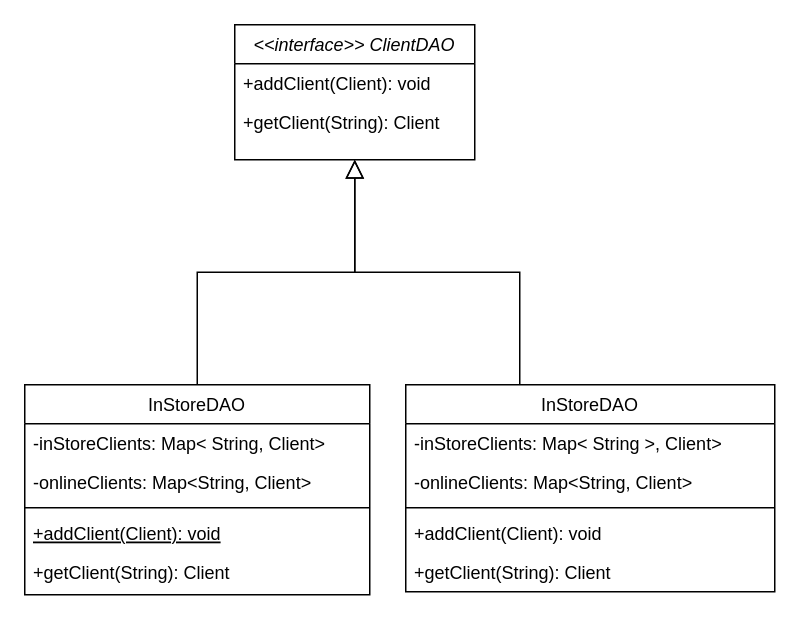
perazaharmonics/Java-OOD keeps this draw.io diagram as Client_DAO_Class_Diagram.drawio. Above is the earlier version. Source tidied: cells renumbered, new cells numbered last; positions are measured from the earlier drawing's top-left corner, leaving out a move shared by most shapes. Both pictures are drawn from the tidied source at 150%, with x=0, y=0 at pixel (24, 24).
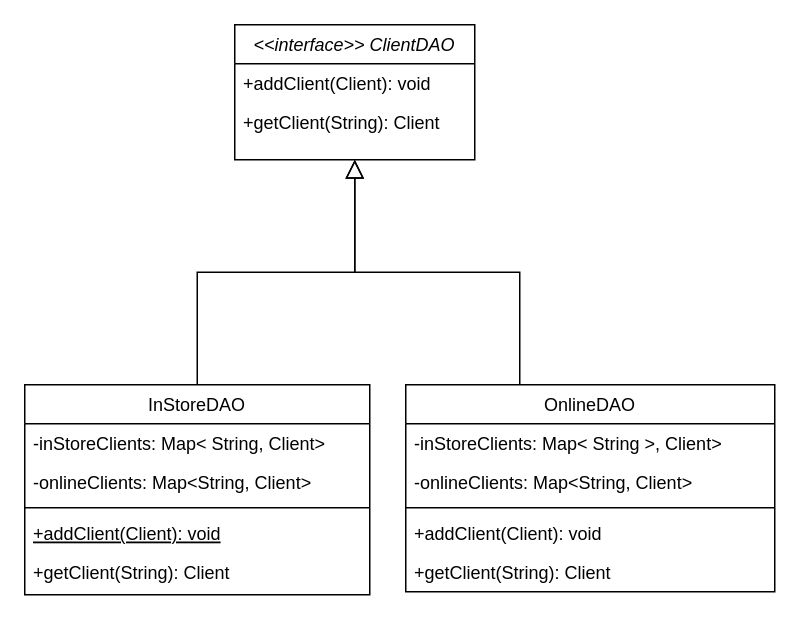
After the change.

Diff of the diagram source:
```diff
@@
 <mxGraphModel>
   <root>
     <mxCell id="0" />
     <mxCell id="1" parent="0" />
     <mxCell id="2" value="&lt;&lt;interface&gt;&gt; ClientDAO&#10;" style="swimlane;fontStyle=2;align=center;verticalAlign=top;horizontal=1;startSize=26;rounded=0;shadow=0;strokeWidth=1;" parent="1" vertex="1">
       <mxGeometry x="140" width="160" height="90" as="geometry" />
     </mxCell>
     <mxCell id="3" value="+addClient(Client): void" style="text;align=left;verticalAlign=top;spacingLeft=4;spacingRight=4;overflow=hidden;" parent="2" vertex="1">
       <mxGeometry y="26" width="160" height="26" as="geometry" />
     </mxCell>
     <mxCell id="4" value="+getClient(String): Client" style="text;align=left;verticalAlign=top;spacingLeft=4;spacingRight=4;overflow=hidden;rounded=0;shadow=0;html=0;" parent="2" vertex="1">
       <mxGeometry y="52" width="160" height="26" as="geometry" />
     </mxCell>
     <mxCell id="5" value="InStoreDAO" style="swimlane;fontStyle=0;align=center;verticalAlign=top;horizontal=1;startSize=26;rounded=0;shadow=0;strokeWidth=1;" parent="1" vertex="1">
       <mxGeometry y="240" width="230" height="140" as="geometry" />
     </mxCell>
     <mxCell id="6" value="-inStoreClients: Map&lt; String, Client&gt;" style="text;align=left;verticalAlign=top;spacingLeft=4;spacingRight=4;overflow=hidden;" parent="5" vertex="1">
       <mxGeometry y="26" width="230" height="26" as="geometry" />
     </mxCell>
     <mxCell id="7" value="-onlineClients: Map&lt;String, Client&gt;" style="text;align=left;verticalAlign=top;spacingLeft=4;spacingRight=4;overflow=hidden;rounded=0;shadow=0;html=0;" parent="5" vertex="1">
       <mxGeometry y="52" width="230" height="26" as="geometry" />
     </mxCell>
     <mxCell id="8" style="line;html=1;strokeWidth=1;align=left;verticalAlign=middle;spacingTop=-1;spacingLeft=3;spacingRight=3;labelPosition=right;" parent="5" vertex="1">
       <mxGeometry y="78" width="230" height="8" as="geometry" />
     </mxCell>
     <mxCell id="9" value="+addClient(Client): void" style="text;align=left;verticalAlign=top;spacingLeft=4;spacingRight=4;overflow=hidden;fontStyle=4;" parent="5" vertex="1">
       <mxGeometry y="86" width="230" height="26" as="geometry" />
     </mxCell>
     <mxCell id="10" value="+getClient(String): Client" style="text;align=left;verticalAlign=top;spacingLeft=4;spacingRight=4;overflow=hidden;" parent="5" vertex="1">
       <mxGeometry y="112" width="230" height="26" as="geometry" />
     </mxCell>
     <mxCell id="11" style="endArrow=block;endSize=10;endFill=0;shadow=0;strokeWidth=1;rounded=0;edgeStyle=elbowEdgeStyle;elbow=vertical;" parent="1" edge="1" source="5" target="2">
       <mxGeometry relative="1" as="geometry" />
     </mxCell>
     <mxCell id="12" style="endArrow=block;endSize=10;endFill=0;shadow=0;strokeWidth=1;rounded=0;edgeStyle=elbowEdgeStyle;elbow=vertical;" parent="1" edge="1" target="2">
       <mxGeometry relative="1" as="geometry">
         <mxPoint x="330" y="240" as="sourcePoint" />
       </mxGeometry>
     </mxCell>
-    <mxCell id="13" value="InStoreDAO" style="swimlane;fontStyle=0;align=center;verticalAlign=top;horizontal=1;startSize=26;rounded=0;shadow=0;strokeWidth=1;" parent="1" vertex="1">
+    <mxCell id="13" value="OnlineDAO" style="swimlane;fontStyle=0;align=center;verticalAlign=top;horizontal=1;startSize=26;rounded=0;shadow=0;strokeWidth=1;" parent="1" vertex="1">
       <mxGeometry x="254" y="240" width="246" height="138" as="geometry" />
     </mxCell>
     <mxCell id="14" value="-inStoreClients: Map&lt; String &gt;, Client&gt;" style="text;align=left;verticalAlign=top;spacingLeft=4;spacingRight=4;overflow=hidden;" parent="13" vertex="1">
       <mxGeometry y="26" width="246" height="26" as="geometry" />
     </mxCell>
     <mxCell id="15" value="-onlineClients: Map&lt;String, Client&gt;" style="text;align=left;verticalAlign=top;spacingLeft=4;spacingRight=4;overflow=hidden;rounded=0;shadow=0;html=0;" parent="13" vertex="1">
       <mxGeometry y="52" width="246" height="26" as="geometry" />
     </mxCell>
     <mxCell id="16" style="line;html=1;strokeWidth=1;align=left;verticalAlign=middle;spacingTop=-1;spacingLeft=3;spacingRight=3;labelPosition=right;" parent="13" vertex="1">
       <mxGeometry y="78" width="246" height="8" as="geometry" />
     </mxCell>
     <mxCell id="17" value="+addClient(Client): void" style="text;align=left;verticalAlign=top;spacingLeft=4;spacingRight=4;overflow=hidden;" parent="13" vertex="1">
       <mxGeometry y="86" width="246" height="26" as="geometry" />
     </mxCell>
     <mxCell id="18" value="+getClient(String): Client" style="text;align=left;verticalAlign=top;spacingLeft=4;spacingRight=4;overflow=hidden;" parent="13" vertex="1">
       <mxGeometry y="112" width="246" height="26" as="geometry" />
     </mxCell>
   </root>
 </mxGraphModel>
```
